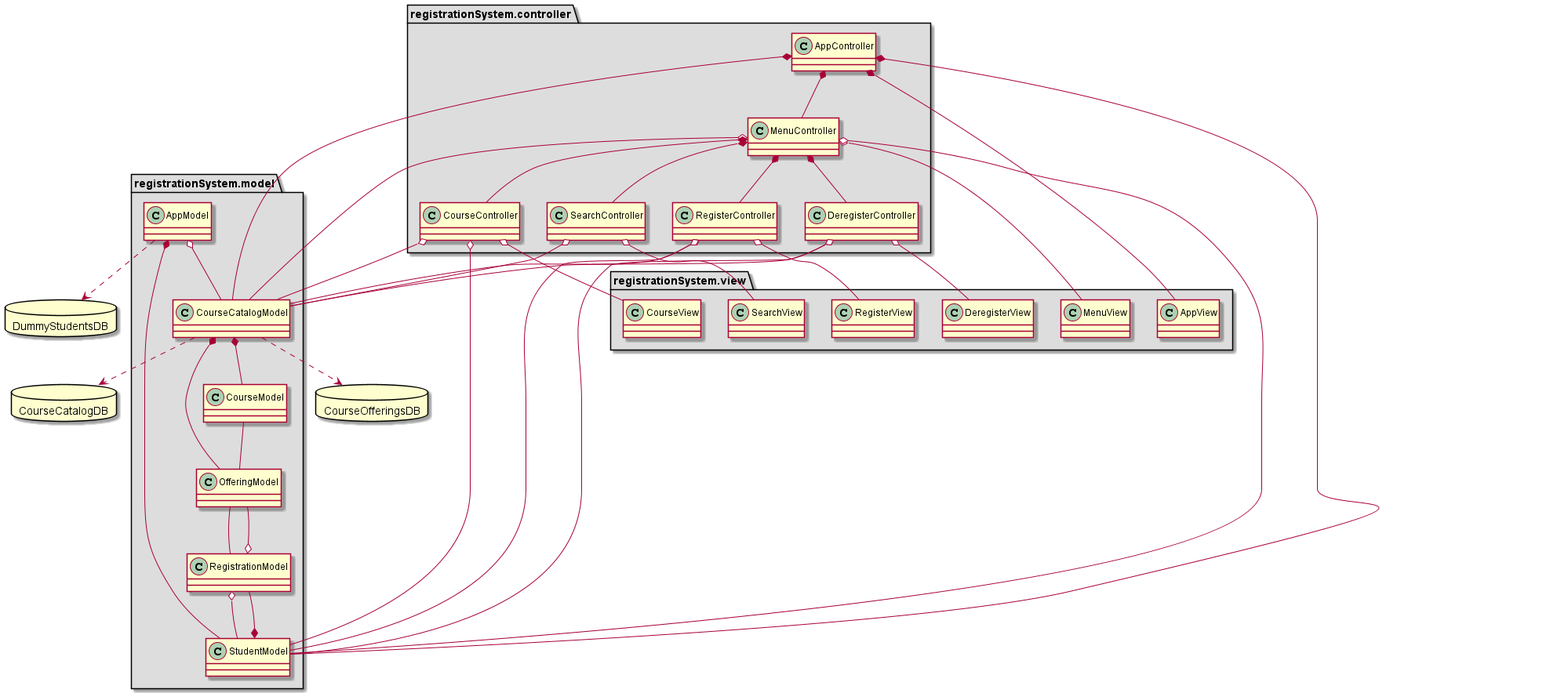
zbhavyai/course-registration-system keeps this PlantUML diagram as uml/class_crs.png. Above is the earlier version.
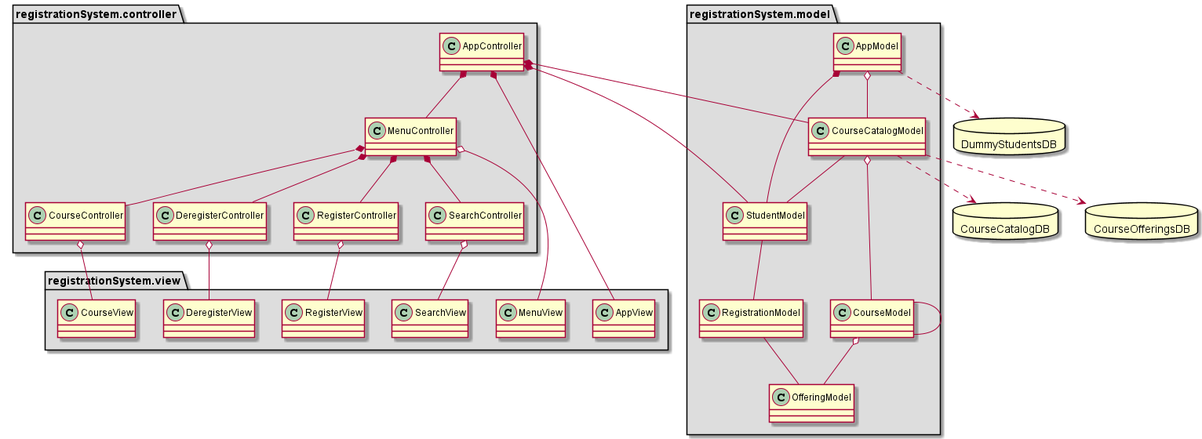
The same file after the commit.

Commit message:
Updated the uml to reflect changes in the code

Diff of the diagram source:
```diff
@@ -13,13 +13,12 @@
 
     AppModel o-- CourseCatalogModel
     AppModel *-- StudentModel
-    CourseCatalogModel *-- CourseModel
-    CourseCatalogModel *-- OfferingModel
-    CourseModel -- OfferingModel
-    OfferingModel -- RegistrationModel
-    RegistrationModel o-- StudentModel
-    RegistrationModel o-- OfferingModel
-    StudentModel *-- RegistrationModel
+    CourseCatalogModel o-- CourseModel
+    CourseCatalogModel -- StudentModel
+    CourseModel -- CourseModel
+    StudentModel -- RegistrationModel
+    RegistrationModel -- OfferingModel
+    CourseModel o-- OfferingModel
 }
 
 package registrationSystem.view #DDDDDD
@@ -41,33 +40,21 @@
     class DeregisterController
     class CourseController
 
-    AppController *-- AppView
     AppController *-- CourseCatalogModel
     AppController *-- StudentModel
     AppController *-- MenuController
 
-    MenuController o-- MenuView
-    MenuController o-- CourseCatalogModel
-    MenuController o-- StudentModel
     MenuController *-- SearchController
     MenuController *-- RegisterController
     MenuController *-- DeregisterController
     MenuController *-- CourseController
 
+    AppController *-- AppView
+    MenuController o-- MenuView
     SearchController o-- SearchView
-    SearchController o-- CourseCatalogModel
-
     RegisterController o-- RegisterView
-    RegisterController o-- CourseCatalogModel
-    RegisterController o-- StudentModel
-
     DeregisterController o-- DeregisterView
-    DeregisterController o-- CourseCatalogModel
-    DeregisterController o-- StudentModel
-
     CourseController o-- CourseView
-    CourseController o-- CourseCatalogModel
-    CourseController o-- StudentModel
 }
 
 database CourseCatalogDB
```
